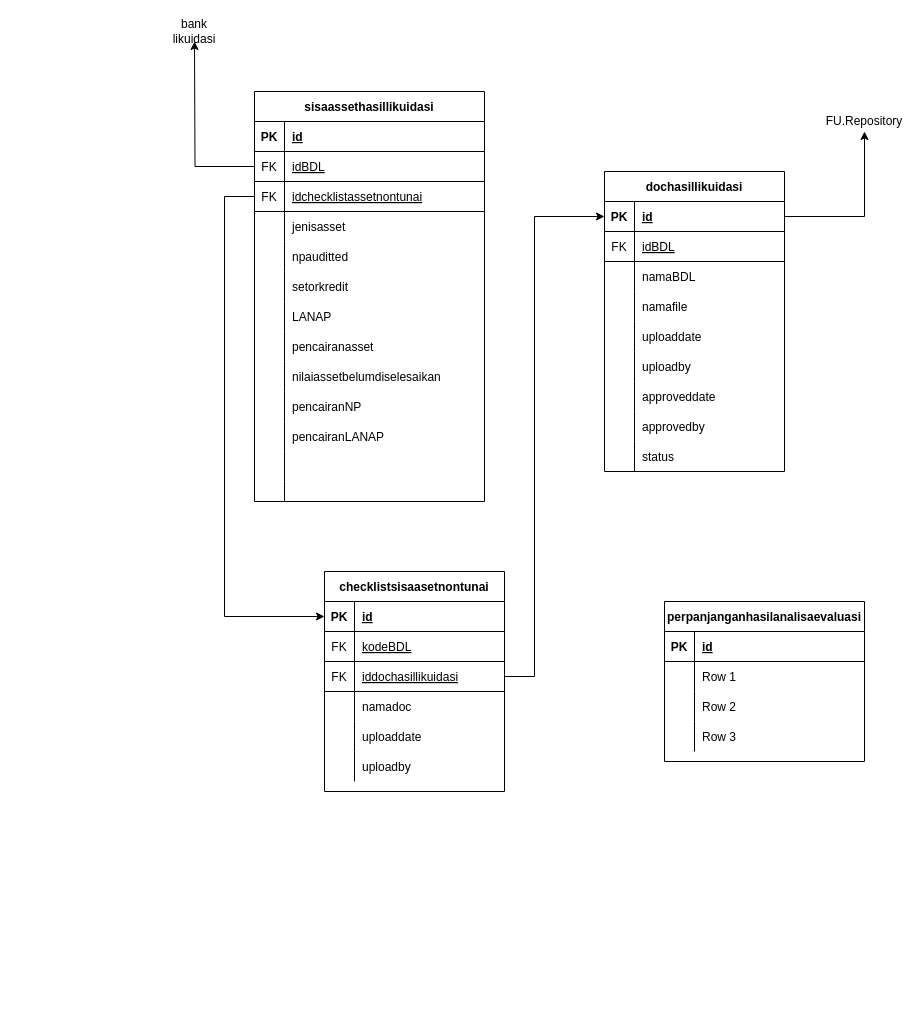
reshafahlevi/GLIK-DM keeps this draw.io diagram as Domain Model - Likuidasi Pengakhiran.drawio. Above is the earlier version. Source tidied: cells renumbered, new cells numbered last; positions are measured from the earlier drawing's top-left corner, leaving out a move shared by most shapes. Both pictures are drawn from the tidied source at 100%, with x=0, y=0 at pixel (174, 21).
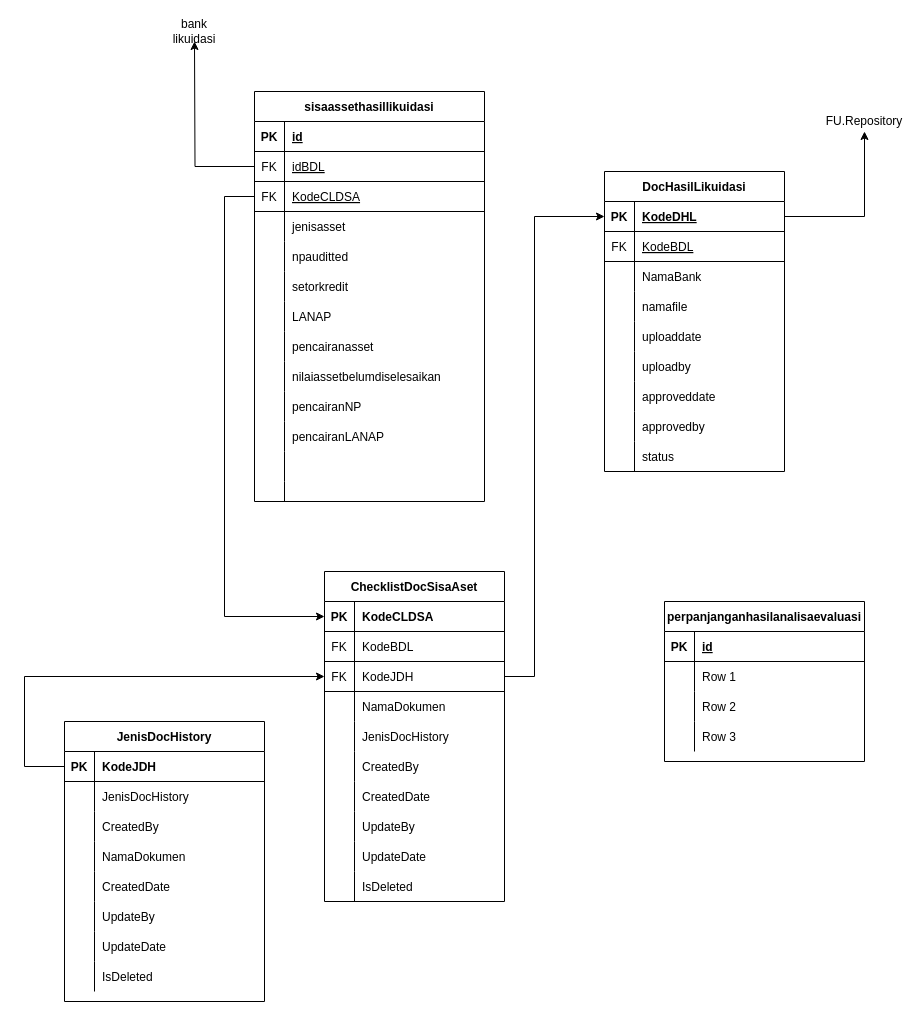
Above is the later version.

The change refers to these unchanged cells:
```xml
<mxCell id="9" style="shape=partialRectangle;fillColor=none;top=0;left=0;bottom=1;right=0;points=[[0,0.5],[1,0.5]];portConstraint=eastwest;" parent="2" vertex="1">
  <mxGeometry y="90" width="230" height="30" as="geometry" />
</mxCell>
<mxCell id="44" style="shape=partialRectangle;fillColor=none;top=0;left=0;bottom=1;right=0;points=[[0,0.5],[1,0.5]];portConstraint=eastwest;" parent="43" vertex="1">
  <mxGeometry y="30" width="180" height="30" as="geometry" />
</mxCell>
<mxCell id="47" style="shape=partialRectangle;fillColor=none;top=0;left=0;bottom=1;right=0;" parent="43" vertex="1">
  <mxGeometry y="60" width="180" height="30" as="geometry" />
</mxCell>
<mxCell id="50" style="shape=partialRectangle;fillColor=none;top=0;left=0;bottom=0;right=0;" parent="43" vertex="1">
  <mxGeometry y="90" width="180" height="30" as="geometry" />
</mxCell>
<mxCell id="72" style="shape=partialRectangle;fillColor=none;top=0;left=0;bottom=1;right=0;points=[[0,0.5],[1,0.5]];portConstraint=eastwest;" parent="71" vertex="1">
  <mxGeometry y="30" width="180" height="30" as="geometry" />
</mxCell>
<mxCell id="75" style="shape=partialRectangle;fillColor=none;top=0;left=0;bottom=1;right=0;" parent="71" vertex="1">
  <mxGeometry y="60" width="180" height="30" as="geometry" />
</mxCell>
<mxCell id="78" style="shape=partialRectangle;fillColor=none;top=0;left=0;bottom=1;right=0;points=[[0,0.5],[1,0.5]];portConstraint=eastwest;" parent="71" vertex="1">
  <mxGeometry y="90" width="180" height="30" as="geometry" />
</mxCell>
<mxCell id="81" style="shape=partialRectangle;fillColor=none;top=0;left=0;bottom=0;right=0;" parent="71" vertex="1">
  <mxGeometry y="120" width="180" height="30" as="geometry" />
</mxCell>
```

What changed in the source:
```diff
@@
-    <mxCell id="11" value="idchecklistassetnontunai" style="shape=partialRectangle;fillColor=none;top=0;left=0;bottom=0;right=0;align=left;spacingLeft=6;fontStyle=4;overflow=hidden;" parent="9" vertex="1">
+    <mxCell id="11" value="KodeCLDSA" style="shape=partialRectangle;fillColor=none;top=0;left=0;bottom=0;right=0;align=left;spacingLeft=6;fontStyle=4;overflow=hidden;" parent="9" vertex="1">
       <mxGeometry x="30" width="200" height="30" as="geometry" />
     </mxCell>
@@
-    <mxCell id="43" value="dochasillikuidasi" style="shape=table;startSize=30;childLayout=tableLayout;rowLines=0;fontStyle=1;align=center;" parent="1" vertex="1">
+    <mxCell id="43" value="DocHasilLikuidasi" style="shape=table;startSize=30;childLayout=tableLayout;rowLines=0;fontStyle=1;align=center;" parent="1" vertex="1">
       <mxGeometry x="430" y="150" width="180" height="300" as="geometry" />
     </mxCell>
@@
-    <mxCell id="46" value="id" style="shape=partialRectangle;fillColor=none;top=0;left=0;bottom=0;right=0;align=left;spacingLeft=6;fontStyle=5;overflow=hidden;" parent="44" vertex="1">
+    <mxCell id="46" value="KodeDHL" style="shape=partialRectangle;fillColor=none;top=0;left=0;bottom=0;right=0;align=left;spacingLeft=6;fontStyle=5;overflow=hidden;" parent="44" vertex="1">
       <mxGeometry x="30" width="150" height="30" as="geometry" />
     </mxCell>
@@
-    <mxCell id="49" value="idBDL" style="shape=partialRectangle;fillColor=none;top=0;left=0;bottom=0;right=0;align=left;spacingLeft=6;fontStyle=4;overflow=hidden;" parent="47" vertex="1">
+    <mxCell id="49" value="KodeBDL" style="shape=partialRectangle;fillColor=none;top=0;left=0;bottom=0;right=0;align=left;spacingLeft=6;fontStyle=4;overflow=hidden;" parent="47" vertex="1">
       <mxGeometry x="30" width="150" height="30" as="geometry" />
     </mxCell>
@@
-    <mxCell id="52" value="namaBDL" style="shape=partialRectangle;fillColor=none;top=0;left=0;bottom=0;right=0;align=left;spacingLeft=6;overflow=hidden;" parent="50" vertex="1">
+    <mxCell id="52" value="NamaBank" style="shape=partialRectangle;fillColor=none;top=0;left=0;bottom=0;right=0;align=left;spacingLeft=6;overflow=hidden;" parent="50" vertex="1">
       <mxGeometry x="30" width="150" height="30" as="geometry" />
     </mxCell>
@@
-    <mxCell id="71" value="checklistsisaasetnontunai" style="shape=table;startSize=30;childLayout=tableLayout;rowLines=0;fontStyle=1;align=center;" parent="1" vertex="1">
-      <mxGeometry x="150" y="550" width="180" height="220" as="geometry" />
+    <mxCell id="71" value="ChecklistDocSisaAset" style="shape=table;startSize=30;childLayout=tableLayout;rowLines=0;fontStyle=1;align=center;" parent="1" vertex="1">
+      <mxGeometry x="150" y="550" width="180" height="330" as="geometry" />
     </mxCell>
@@
-    <mxCell id="74" value="id" style="shape=partialRectangle;fillColor=none;top=0;left=0;bottom=0;right=0;align=left;spacingLeft=6;fontStyle=5;overflow=hidden;" parent="72" vertex="1">
+    <mxCell id="74" value="KodeCLDSA" style="shape=partialRectangle;fillColor=none;top=0;left=0;bottom=0;right=0;align=left;spacingLeft=6;fontStyle=1;overflow=hidden;" parent="72" vertex="1">
       <mxGeometry x="30" width="150" height="30" as="geometry" />
     </mxCell>
@@
-    <mxCell id="77" value="kodeBDL" style="shape=partialRectangle;fillColor=none;top=0;left=0;bottom=0;right=0;align=left;spacingLeft=6;fontStyle=4;overflow=hidden;" parent="75" vertex="1">
+    <mxCell id="77" value="KodeBDL" style="shape=partialRectangle;fillColor=none;top=0;left=0;bottom=0;right=0;align=left;spacingLeft=6;fontStyle=0;overflow=hidden;" parent="75" vertex="1">
       <mxGeometry x="30" width="150" height="30" as="geometry" />
     </mxCell>
@@
-    <mxCell id="80" value="iddochasillikuidasi" style="shape=partialRectangle;fillColor=none;top=0;left=0;bottom=0;right=0;align=left;spacingLeft=6;fontStyle=4;overflow=hidden;" parent="78" vertex="1">
+    <mxCell id="80" value="KodeJDH" style="shape=partialRectangle;fillColor=none;top=0;left=0;bottom=0;right=0;align=left;spacingLeft=6;fontStyle=0;overflow=hidden;" parent="78" vertex="1">
       <mxGeometry x="30" width="150" height="30" as="geometry" />
     </mxCell>
@@
-    <mxCell id="83" value="namadoc" style="shape=partialRectangle;fillColor=none;top=0;left=0;bottom=0;right=0;align=left;spacingLeft=6;overflow=hidden;" parent="81" vertex="1">
+    <mxCell id="83" value="NamaDokumen" style="shape=partialRectangle;fillColor=none;top=0;left=0;bottom=0;right=0;align=left;spacingLeft=6;overflow=hidden;" parent="81" vertex="1">
       <mxGeometry x="30" width="150" height="30" as="geometry" />
     </mxCell>
+    <mxCell id="109" style="shape=partialRectangle;fillColor=none;top=0;left=0;bottom=0;right=0;" parent="71" vertex="1">
+      <mxGeometry y="150" width="180" height="30" as="geometry" />
+    </mxCell>
+    <mxCell id="110" style="shape=partialRectangle;fillColor=none;top=0;left=0;bottom=0;right=0;overflow=hidden;" parent="109" vertex="1">
+      <mxGeometry width="30" height="30" as="geometry" />
+    </mxCell>
+    <mxCell id="111" value="JenisDocHistory" style="shape=partialRectangle;fillColor=none;top=0;left=0;bottom=0;right=0;align=left;spacingLeft=6;overflow=hidden;" parent="109" vertex="1">
+      <mxGeometry x="30" width="150" height="30" as="geometry" />
+    </mxCell>
     <mxCell id="84" style="shape=partialRectangle;fillColor=none;top=0;left=0;bottom=0;right=0;" parent="71" vertex="1">
-      <mxGeometry y="150" width="180" height="30" as="geometry" />
+      <mxGeometry y="180" width="180" height="30" as="geometry" />
     </mxCell>
@@
-    <mxCell id="86" value="uploaddate" style="shape=partialRectangle;fillColor=none;top=0;left=0;bottom=0;right=0;align=left;spacingLeft=6;overflow=hidden;" parent="84" vertex="1">
+    <mxCell id="86" value="CreatedBy" style="shape=partialRectangle;fillColor=none;top=0;left=0;bottom=0;right=0;align=left;spacingLeft=6;overflow=hidden;" parent="84" vertex="1">
       <mxGeometry x="30" width="150" height="30" as="geometry" />
     </mxCell>
     <mxCell id="87" style="shape=partialRectangle;fillColor=none;top=0;left=0;bottom=0;right=0;" parent="71" vertex="1">
-      <mxGeometry y="180" width="180" height="30" as="geometry" />
+      <mxGeometry y="210" width="180" height="30" as="geometry" />
     </mxCell>
@@
-    <mxCell id="89" value="uploadby" style="shape=partialRectangle;fillColor=none;top=0;left=0;bottom=0;right=0;align=left;spacingLeft=6;overflow=hidden;" parent="87" vertex="1">
+    <mxCell id="89" value="CreatedDate" style="shape=partialRectangle;fillColor=none;top=0;left=0;bottom=0;right=0;align=left;spacingLeft=6;overflow=hidden;" parent="87" vertex="1">
       <mxGeometry x="30" width="150" height="30" as="geometry" />
     </mxCell>
+    <mxCell id="112" style="shape=partialRectangle;fillColor=none;top=0;left=0;bottom=0;right=0;" parent="71" vertex="1">
+      <mxGeometry y="240" width="180" height="30" as="geometry" />
+    </mxCell>
+    <mxCell id="113" style="shape=partialRectangle;fillColor=none;top=0;left=0;bottom=0;right=0;overflow=hidden;" parent="112" vertex="1">
+      <mxGeometry width="30" height="30" as="geometry" />
+    </mxCell>
+    <mxCell id="114" value="UpdateBy" style="shape=partialRectangle;fillColor=none;top=0;left=0;bottom=0;right=0;align=left;spacingLeft=6;overflow=hidden;" parent="112" vertex="1">
+      <mxGeometry x="30" width="150" height="30" as="geometry" />
+    </mxCell>
+    <mxCell id="115" style="shape=partialRectangle;fillColor=none;top=0;left=0;bottom=0;right=0;" parent="71" vertex="1">
+      <mxGeometry y="270" width="180" height="30" as="geometry" />
+    </mxCell>
+    <mxCell id="116" style="shape=partialRectangle;fillColor=none;top=0;left=0;bottom=0;right=0;overflow=hidden;" parent="115" vertex="1">
+      <mxGeometry width="30" height="30" as="geometry" />
+    </mxCell>
+    <mxCell id="117" value="UpdateDate" style="shape=partialRectangle;fillColor=none;top=0;left=0;bottom=0;right=0;align=left;spacingLeft=6;overflow=hidden;" parent="115" vertex="1">
+      <mxGeometry x="30" width="150" height="30" as="geometry" />
+    </mxCell>
+    <mxCell id="118" style="shape=partialRectangle;fillColor=none;top=0;left=0;bottom=0;right=0;" parent="71" vertex="1">
+      <mxGeometry y="300" width="180" height="30" as="geometry" />
+    </mxCell>
+    <mxCell id="119" style="shape=partialRectangle;fillColor=none;top=0;left=0;bottom=0;right=0;overflow=hidden;" parent="118" vertex="1">
+      <mxGeometry width="30" height="30" as="geometry" />
+    </mxCell>
+    <mxCell id="120" value="IsDeleted" style="shape=partialRectangle;fillColor=none;top=0;left=0;bottom=0;right=0;align=left;spacingLeft=6;overflow=hidden;" parent="118" vertex="1">
+      <mxGeometry x="30" width="150" height="30" as="geometry" />
+    </mxCell>
@@
+    <mxCell id="121" value="JenisDocHistory" style="shape=table;startSize=30;childLayout=tableLayout;rowLines=0;fontStyle=1;align=center;" parent="1" vertex="1">
+      <mxGeometry x="-110" y="700" width="200" height="280" as="geometry" />
+    </mxCell>
+    <mxCell id="122" style="shape=partialRectangle;fillColor=none;top=0;left=0;bottom=1;right=0;points=[[0,0.5],[1,0.5]];portConstraint=eastwest;" parent="121" vertex="1">
+      <mxGeometry y="30" width="200" height="30" as="geometry" />
+    </mxCell>
+    <mxCell id="123" value="PK" style="shape=partialRectangle;fillColor=none;top=0;left=0;bottom=0;right=0;fontStyle=1;overflow=hidden;" parent="122" vertex="1">
+      <mxGeometry width="30" height="30" as="geometry" />
+    </mxCell>
+    <mxCell id="124" value="KodeJDH" style="shape=partialRectangle;fillColor=none;top=0;left=0;bottom=0;right=0;align=left;spacingLeft=6;fontStyle=1;overflow=hidden;" parent="122" vertex="1">
+      <mxGeometry x="30" width="170" height="30" as="geometry" />
+    </mxCell>
+    <mxCell id="125" style="shape=partialRectangle;fillColor=none;top=0;left=0;bottom=0;right=0;" parent="121" vertex="1">
+      <mxGeometry y="60" width="200" height="30" as="geometry" />
+    </mxCell>
+    <mxCell id="126" style="shape=partialRectangle;fillColor=none;top=0;left=0;bottom=0;right=0;overflow=hidden;" parent="125" vertex="1">
+      <mxGeometry width="30" height="30" as="geometry" />
+    </mxCell>
+    <mxCell id="127" value="JenisDocHistory" style="shape=partialRectangle;fillColor=none;top=0;left=0;bottom=0;right=0;align=left;spacingLeft=6;overflow=hidden;" parent="125" vertex="1">
+      <mxGeometry x="30" width="170" height="30" as="geometry" />
+    </mxCell>
+    <mxCell id="128" style="shape=partialRectangle;fillColor=none;top=0;left=0;bottom=0;right=0;" parent="121" vertex="1">
+      <mxGeometry y="90" width="200" height="30" as="geometry" />
+    </mxCell>
+    <mxCell id="129" style="shape=partialRectangle;fillColor=none;top=0;left=0;bottom=0;right=0;overflow=hidden;" parent="128" vertex="1">
+      <mxGeometry width="30" height="30" as="geometry" />
+    </mxCell>
+    <mxCell id="130" value="CreatedBy" style="shape=partialRectangle;fillColor=none;top=0;left=0;bottom=0;right=0;align=left;spacingLeft=6;overflow=hidden;" parent="128" vertex="1">
+      <mxGeometry x="30" width="170" height="30" as="geometry" />
+    </mxCell>
+    <mxCell id="131" style="shape=partialRectangle;fillColor=none;top=0;left=0;bottom=0;right=0;" parent="121" vertex="1">
+      <mxGeometry y="120" width="200" height="30" as="geometry" />
+    </mxCell>
+    <mxCell id="132" style="shape=partialRectangle;fillColor=none;top=0;left=0;bottom=0;right=0;overflow=hidden;" parent="131" vertex="1">
+      <mxGeometry width="30" height="30" as="geometry" />
+    </mxCell>
+    <mxCell id="133" value="NamaDokumen" style="shape=partialRectangle;fillColor=none;top=0;left=0;bottom=0;right=0;align=left;spacingLeft=6;overflow=hidden;" parent="131" vertex="1">
+      <mxGeometry x="30" width="170" height="30" as="geometry" />
+    </mxCell>
+    <mxCell id="134" style="shape=partialRectangle;fillColor=none;top=0;left=0;bottom=0;right=0;" parent="121" vertex="1">
+      <mxGeometry y="150" width="200" height="30" as="geometry" />
+    </mxCell>
+    <mxCell id="135" style="shape=partialRectangle;fillColor=none;top=0;left=0;bottom=0;right=0;overflow=hidden;" parent="134" vertex="1">
+      <mxGeometry width="30" height="30" as="geometry" />
+    </mxCell>
+    <mxCell id="136" value="CreatedDate" style="shape=partialRectangle;fillColor=none;top=0;left=0;bottom=0;right=0;align=left;spacingLeft=6;overflow=hidden;" parent="134" vertex="1">
+      <mxGeometry x="30" width="170" height="30" as="geometry" />
+    </mxCell>
+    <mxCell id="137" style="shape=partialRectangle;fillColor=none;top=0;left=0;bottom=0;right=0;" parent="121" vertex="1">
+      <mxGeometry y="180" width="200" height="30" as="geometry" />
+    </mxCell>
+    <mxCell id="138" style="shape=partialRectangle;fillColor=none;top=0;left=0;bottom=0;right=0;overflow=hidden;" parent="137" vertex="1">
+      <mxGeometry width="30" height="30" as="geometry" />
+    </mxCell>
+    <mxCell id="139" value="UpdateBy" style="shape=partialRectangle;fillColor=none;top=0;left=0;bottom=0;right=0;align=left;spacingLeft=6;overflow=hidden;" parent="137" vertex="1">
+      <mxGeometry x="30" width="170" height="30" as="geometry" />
+    </mxCell>
+    <mxCell id="140" style="shape=partialRectangle;fillColor=none;top=0;left=0;bottom=0;right=0;" parent="121" vertex="1">
+      <mxGeometry y="210" width="200" height="30" as="geometry" />
+    </mxCell>
+    <mxCell id="141" style="shape=partialRectangle;fillColor=none;top=0;left=0;bottom=0;right=0;overflow=hidden;" parent="140" vertex="1">
+      <mxGeometry width="30" height="30" as="geometry" />
+    </mxCell>
+    <mxCell id="142" value="UpdateDate" style="shape=partialRectangle;fillColor=none;top=0;left=0;bottom=0;right=0;align=left;spacingLeft=6;overflow=hidden;" parent="140" vertex="1">
+      <mxGeometry x="30" width="170" height="30" as="geometry" />
+    </mxCell>
+    <mxCell id="143" style="shape=partialRectangle;fillColor=none;top=0;left=0;bottom=0;right=0;" parent="121" vertex="1">
+      <mxGeometry y="240" width="200" height="30" as="geometry" />
+    </mxCell>
+    <mxCell id="144" style="shape=partialRectangle;fillColor=none;top=0;left=0;bottom=0;right=0;overflow=hidden;" parent="143" vertex="1">
+      <mxGeometry width="30" height="30" as="geometry" />
+    </mxCell>
+    <mxCell id="145" value="IsDeleted" style="shape=partialRectangle;fillColor=none;top=0;left=0;bottom=0;right=0;align=left;spacingLeft=6;overflow=hidden;" parent="143" vertex="1">
+      <mxGeometry x="30" width="170" height="30" as="geometry" />
+    </mxCell>
+    <mxCell id="146" style="edgeStyle=orthogonalEdgeStyle;rounded=0;jettySize=auto;html=1;exitX=0;exitY=0.5;exitDx=0;exitDy=0;entryX=0;entryY=0.5;entryDx=0;entryDy=0;" parent="1" edge="1" source="122" target="78">
+      <mxGeometry relative="1" as="geometry">
+        <Array as="points">
+          <mxPoint x="-150" y="745" />
+          <mxPoint x="-150" y="655" />
+        </Array>
+      </mxGeometry>
+    </mxCell>
```
